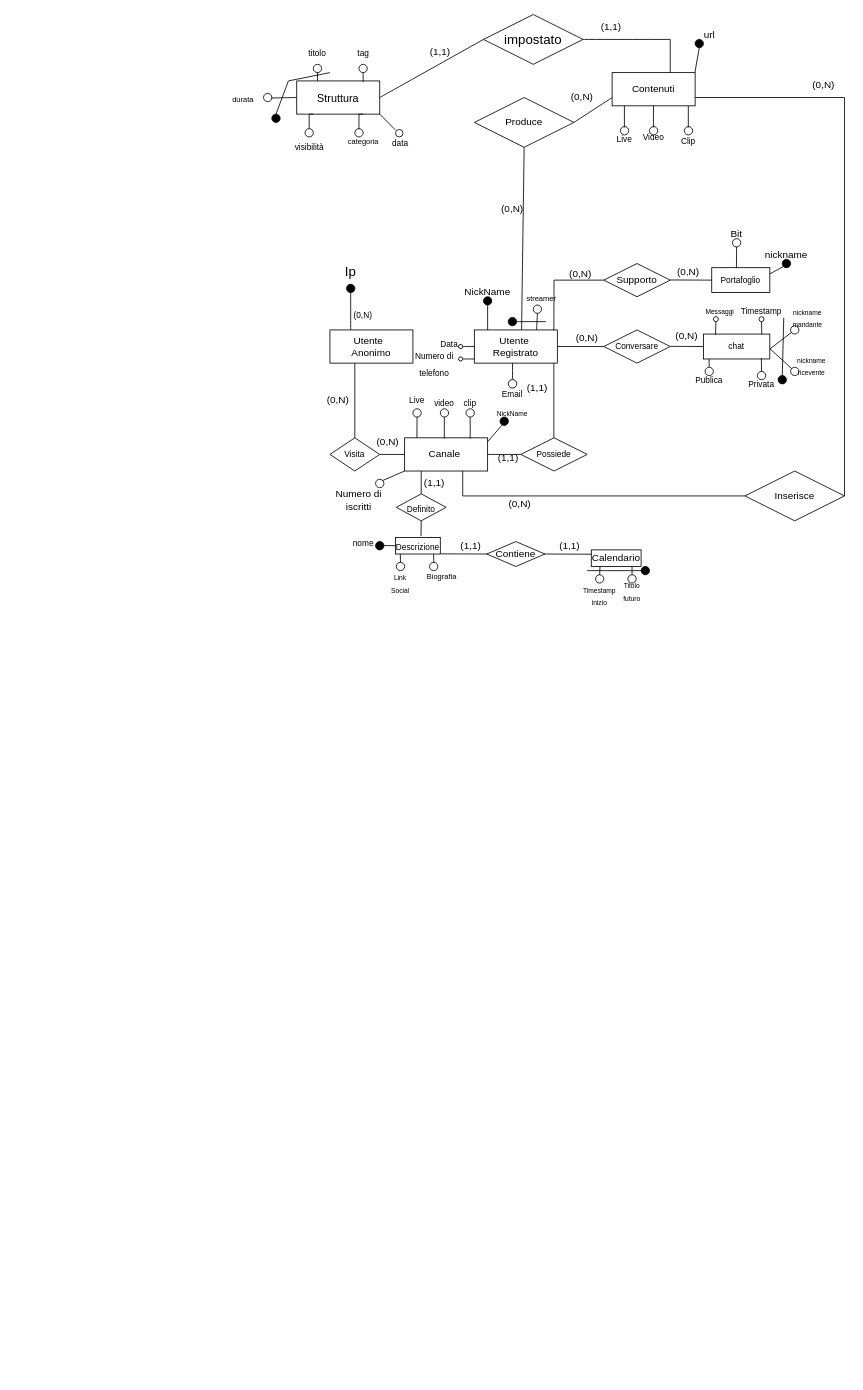
Earlier version of the draw.io diagram e_r_ridotto.drawio (Popper002/Streaming-Service-Db-project-unito). Source tidied: cells renumbered, new cells numbered last; positions are measured from the earlier drawing's top-left corner, leaving out a move shared by most shapes. Both pictures are drawn from the tidied source at 83%, with x=0, y=0 at pixel (14, 14).
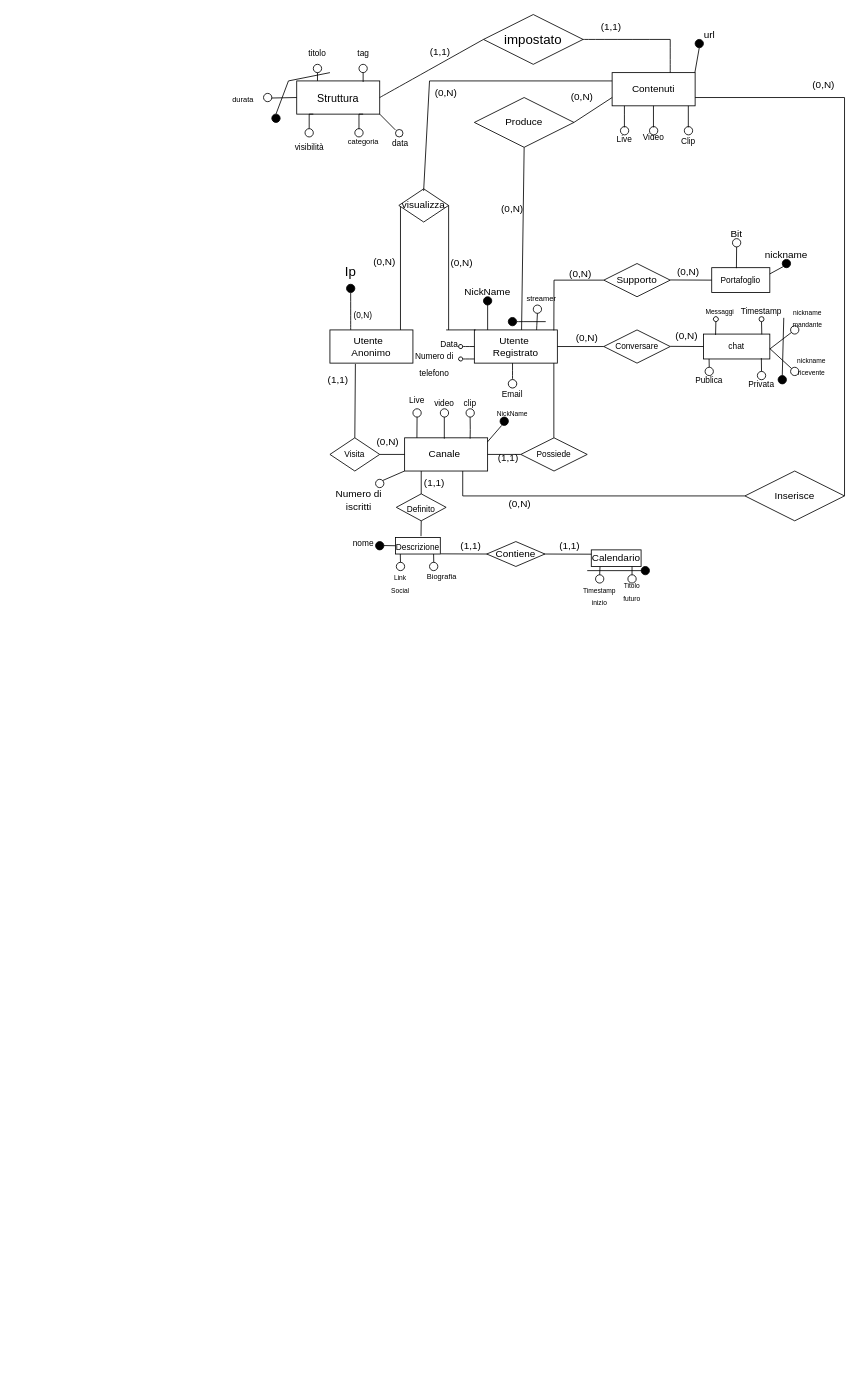
The same diagram, later.

Unchanged cells that the change refers to:
```xml
<mxCell id="2" value="Utente &amp;nbsp;&lt;br&gt;Anonimo" style="whiteSpace=wrap;html=1;align=center;" parent="1" vertex="1">
  <mxGeometry x="380" y="380" width="100" height="40" as="geometry" />
</mxCell>
<mxCell id="5" value="&lt;font style=&quot;font-size: 10px;&quot;&gt;Visita&lt;/font&gt;" style="shape=rhombus;perimeter=rhombusPerimeter;whiteSpace=wrap;html=1;align=center;" parent="1" vertex="1">
  <mxGeometry x="380" y="510" width="60" height="40" as="geometry" />
</mxCell>
<mxCell id="31" value="Contenuti&lt;br&gt;" style="whiteSpace=wrap;html=1;align=center;" parent="1" vertex="1">
  <mxGeometry x="720" y="70" width="100" height="40" as="geometry" />
</mxCell>
<mxCell id="82" value="&lt;font style=&quot;font-size: 10px;&quot;&gt;Data&lt;/font&gt;" style="text;html=1;strokeColor=none;fillColor=none;align=center;verticalAlign=middle;whiteSpace=wrap;rounded=0;fontSize=16;" parent="1" vertex="1">
  <mxGeometry x="494" y="380" width="60" height="30" as="geometry" />
</mxCell>
```

The edit, as a diff of the source:
```diff
@@
-    <mxCell id="13" style="endArrow=none;html=1;rounded=0;entryX=0.5;entryY=0;entryDx=0;entryDy=0;" parent="1" edge="1" target="5">
+    <mxCell id="13" style="endArrow=none;html=1;rounded=0;entryX=0.5;entryY=0;entryDx=0;entryDy=0;" parent="1" edge="1">
       <mxGeometry relative="1" as="geometry">
-        <mxPoint x="410" y="420" as="sourcePoint" />
+        <mxPoint x="465" y="230" as="sourcePoint" />
+        <mxPoint x="465" y="380" as="targetPoint" />
       </mxGeometry>
     </mxCell>
@@
     <mxCell id="64" value="(0,N)" style="text;html=1;strokeColor=none;fillColor=none;align=center;verticalAlign=middle;whiteSpace=wrap;rounded=0;" parent="1" vertex="1">
-      <mxGeometry x="360" y="450" width="60" height="30" as="geometry" />
+      <mxGeometry x="416" y="282.5" width="60" height="30" as="geometry" />
     </mxCell>
     <mxCell id="65" value="(1,1)" style="text;html=1;strokeColor=none;fillColor=none;align=center;verticalAlign=middle;whiteSpace=wrap;rounded=0;" parent="1" vertex="1">
-      <mxGeometry x="600" y="435" width="60" height="30" as="geometry" />
+      <mxGeometry x="360" y="425" width="60" height="30" as="geometry" />
     </mxCell>
@@
+    <mxCell id="180" style="endArrow=none;html=1;rounded=0;entryX=1.025;entryY=-0.001;entryDx=0;entryDy=0;entryPerimeter=0;" parent="1" edge="1" target="82">
+      <mxGeometry relative="1" as="geometry">
+        <mxPoint x="520" y="380" as="sourcePoint" />
+      </mxGeometry>
+    </mxCell>
+    <mxCell id="181" value="visualizza" style="shape=rhombus;perimeter=rhombusPerimeter;whiteSpace=wrap;html=1;align=center;" parent="1" vertex="1">
+      <mxGeometry x="463" y="210" width="60" height="40" as="geometry" />
+    </mxCell>
+    <mxCell id="182" style="endArrow=none;html=1;rounded=0;exitX=0.5;exitY=0;exitDx=0;exitDy=0;entryX=0.307;entryY=1.025;entryDx=0;entryDy=0;entryPerimeter=0;" parent="1" edge="1" source="5" target="2">
+      <mxGeometry relative="1" as="geometry" />
+    </mxCell>
+    <mxCell id="183" style="endArrow=none;html=1;rounded=0;entryX=1;entryY=0.5;entryDx=0;entryDy=0;" parent="1" edge="1" target="181">
+      <mxGeometry relative="1" as="geometry">
+        <mxPoint x="523" y="380" as="sourcePoint" />
+      </mxGeometry>
+    </mxCell>
+    <mxCell id="184" style="endArrow=none;html=1;rounded=0;entryX=0;entryY=0.25;entryDx=0;entryDy=0;" parent="1" edge="1" target="31">
+      <mxGeometry relative="1" as="geometry">
+        <mxPoint x="492.9" y="212.5" as="sourcePoint" />
+        <Array as="points">
+          <mxPoint x="500" y="80" />
+        </Array>
+      </mxGeometry>
+    </mxCell>
+    <mxCell id="185" value="(0,N)" style="text;html=1;strokeColor=none;fillColor=none;align=center;verticalAlign=middle;whiteSpace=wrap;rounded=0;" parent="1" vertex="1">
+      <mxGeometry x="490" y="80" width="60" height="30" as="geometry" />
+    </mxCell>
+    <mxCell id="186" value="(0,N)" style="text;html=1;strokeColor=none;fillColor=none;align=center;verticalAlign=middle;whiteSpace=wrap;rounded=0;" parent="1" vertex="1">
+      <mxGeometry x="509" y="285" width="60" height="30" as="geometry" />
+    </mxCell>
```
